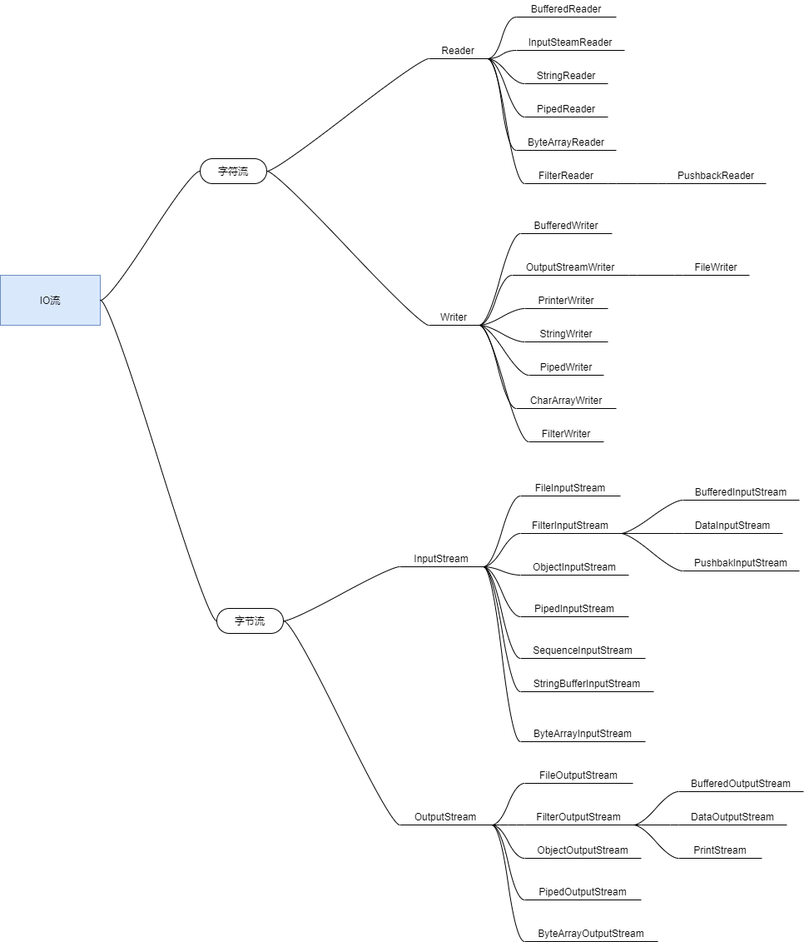
The draw.io diagram docs/Resources/Java IO.png in gongthub/wiki, before a commit. Source tidied: cells renumbered, new cells last; positions are measured from the earlier drawing's top-left corner, leaving out a move shared by most shapes.
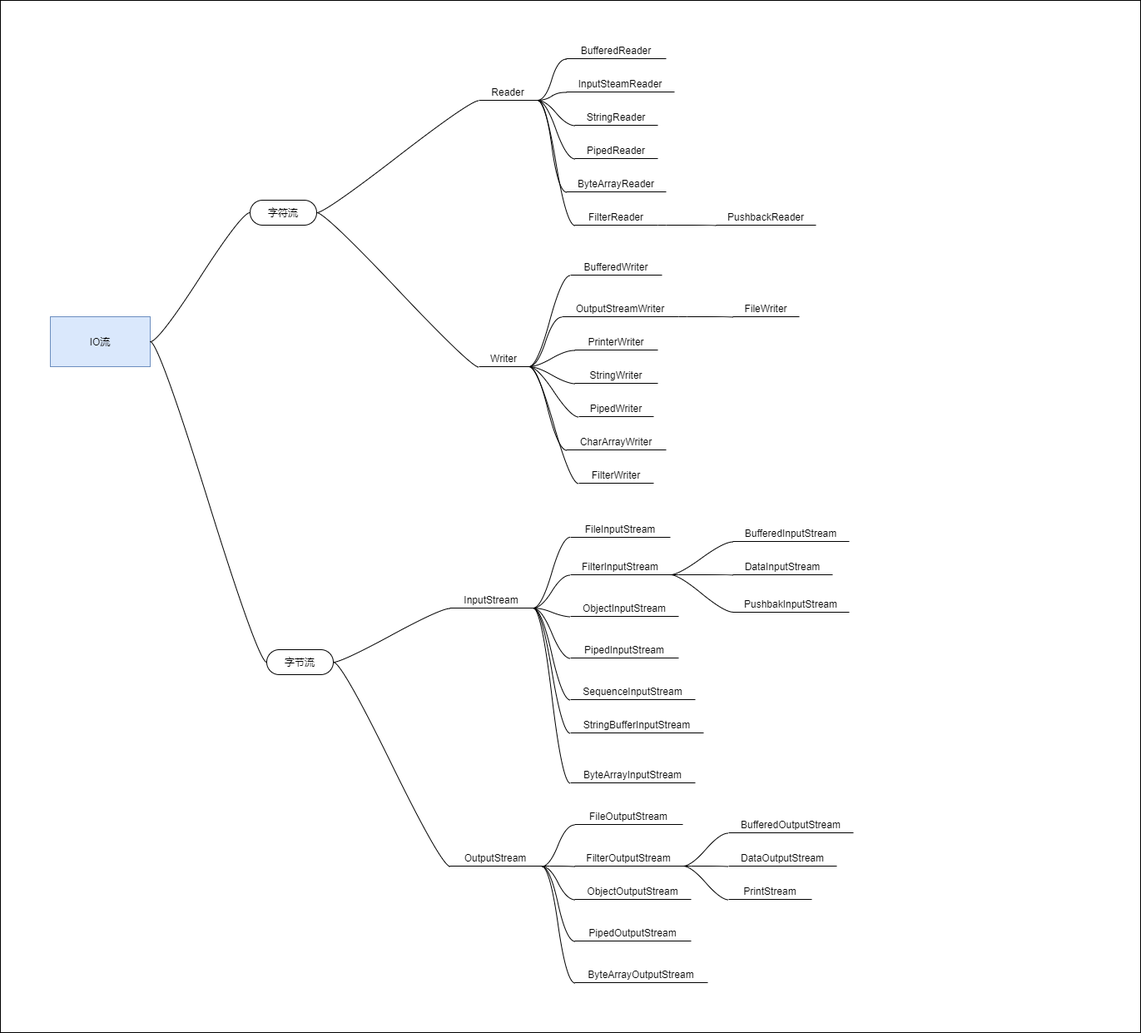
The same file after the commit.

Change to the diagram source:
```diff
@@ -2,6 +2,9 @@
   <root>
     <mxCell id="0" />
     <mxCell id="1" parent="0" />
+    <mxCell id="81" style="rounded=0;whiteSpace=wrap;html=1;" parent="1" vertex="1">
+      <mxGeometry x="-60" y="-50" width="1370" height="1240" as="geometry" />
+    </mxCell>
     <mxCell id="2" value="IO流" style="rounded=0;whiteSpace=wrap;html=1;fillColor=#dae8fc;strokeColor=#6c8ebf;" parent="1" vertex="1">
       <mxGeometry y="330" width="120" height="60" as="geometry" />
     </mxCell>
```
